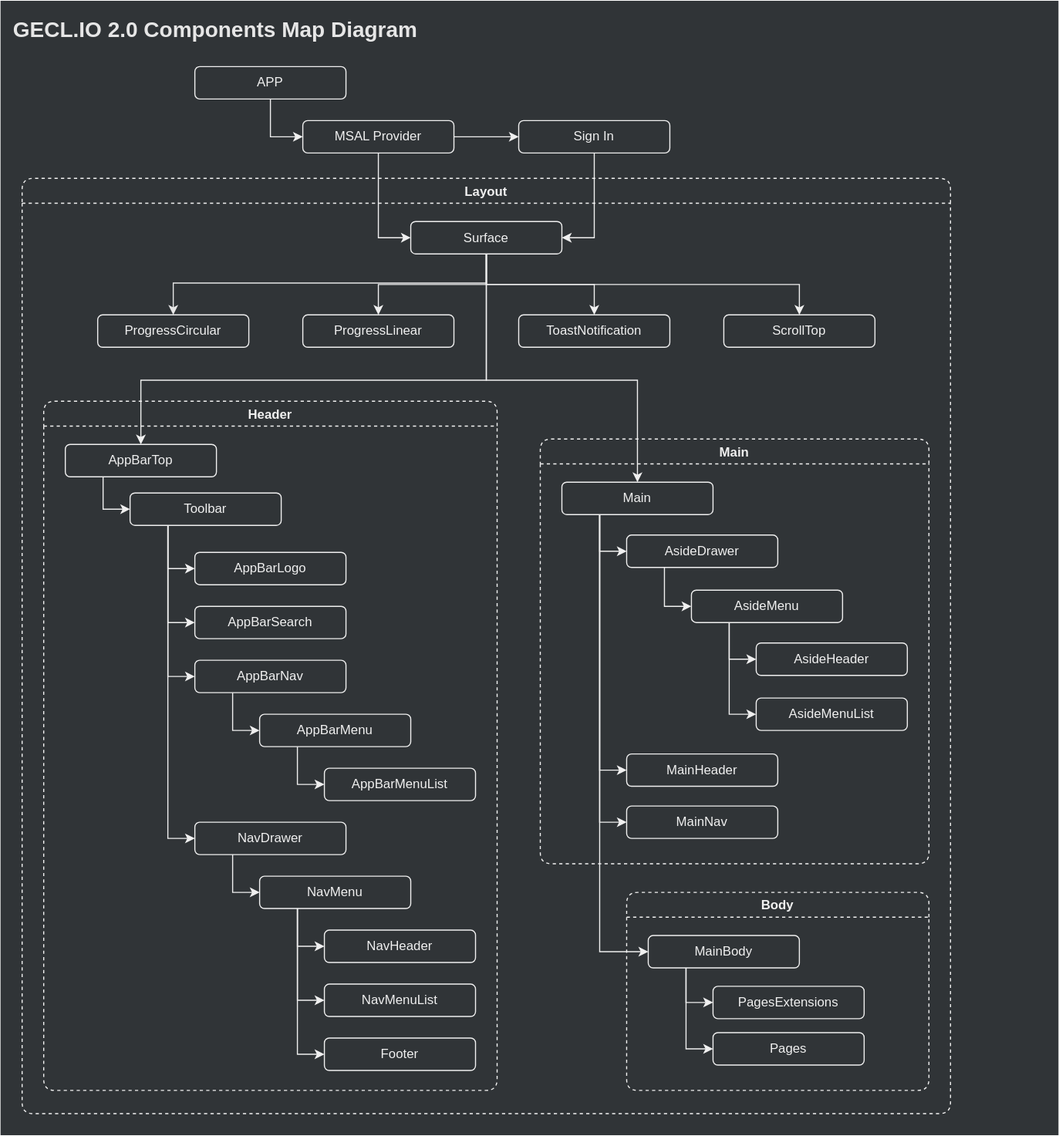
The draw.io diagram assets/.draw.io/documents/geclio2-components-diagram.svg in jiholee-ntwglobal/jiholee-ntwglobal.github.io, before a commit. Source tidied: cells renumbered, new cells last; positions are measured from the earlier drawing's top-left corner, leaving out a move shared by most shapes.
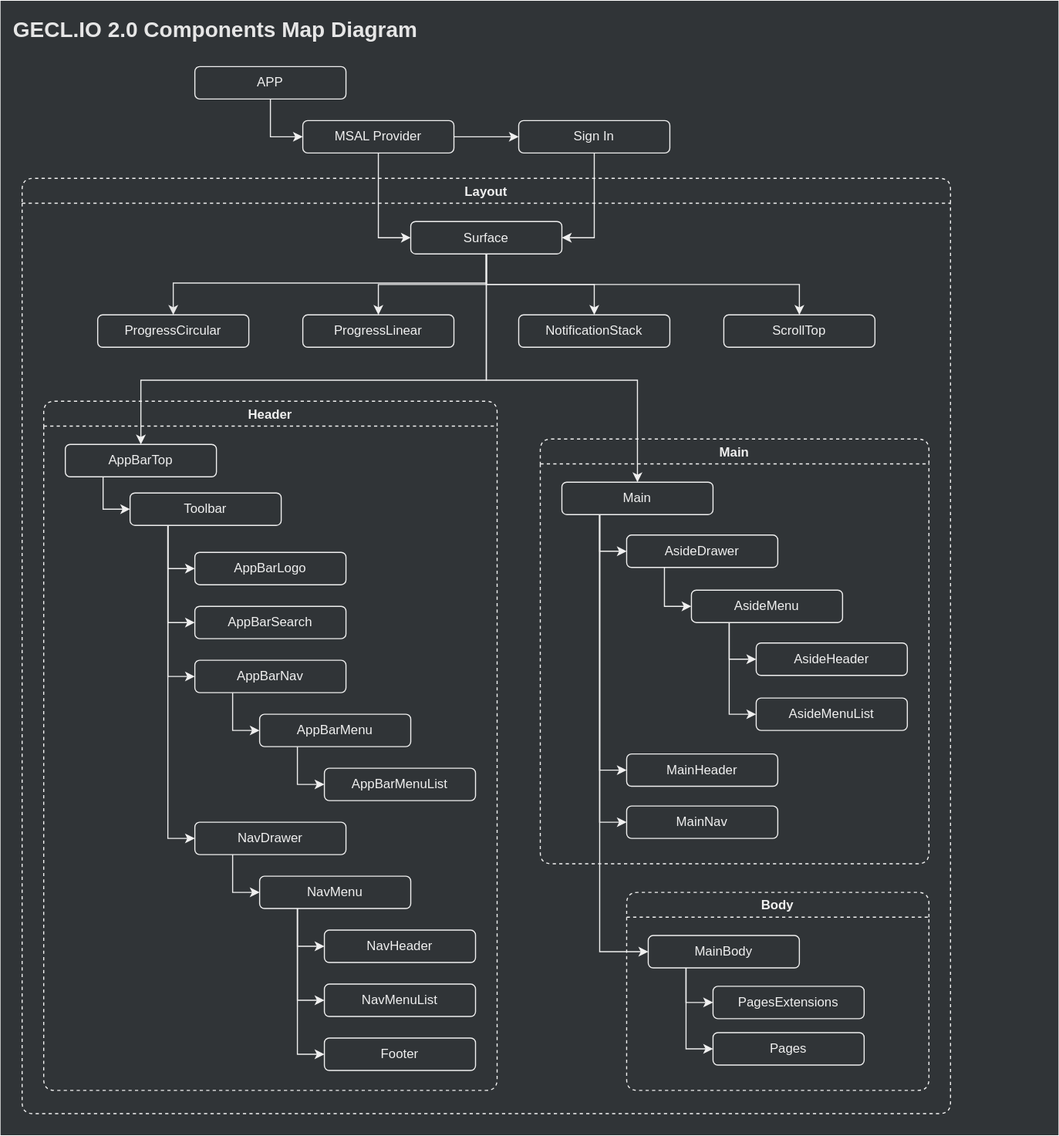
After the commit.

Change to the diagram source:
```diff
@@ -321,7 +321,7 @@
     <mxCell id="77" style="edgeStyle=orthogonalEdgeStyle;rounded=0;jettySize=auto;html=1;exitX=0.25;exitY=1;exitDx=0;exitDy=0;strokeColor=#F0F0F0;entryX=0;entryY=0.5;entryDx=0;entryDy=0;" parent="66" edge="1" source="70" target="74">
       <mxGeometry relative="1" as="geometry" />
     </mxCell>
-    <mxCell id="78" value="ToastNotification" style="rounded=1;whiteSpace=wrap;html=1;fontColor=#F0F0F0;strokeColor=#F0F0F0;fillColor=#303437;" parent="10" vertex="1">
+    <mxCell id="78" value="NotificationStack" style="rounded=1;whiteSpace=wrap;html=1;fontColor=#F0F0F0;strokeColor=#F0F0F0;fillColor=#303437;" parent="10" vertex="1">
       <mxGeometry x="460" y="126.5" width="140" height="30" as="geometry" />
     </mxCell>
     <mxCell id="79" value="ScrollTop" style="rounded=1;whiteSpace=wrap;html=1;fontColor=#F0F0F0;strokeColor=#F0F0F0;fillColor=#303437;" parent="10" vertex="1">
```
